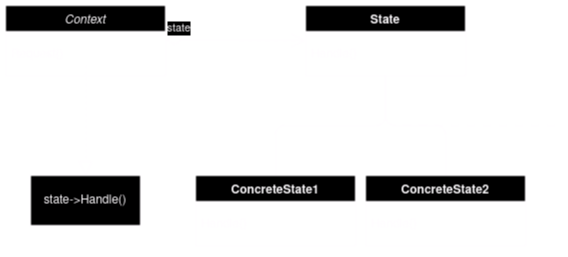
Earlier version of the draw.io export Python/Behavioral Patterns/images/state_pattern.drawio.png (ShivaAndAlba/DesignPatterns). Source tidied: cells renumbered, new cells last; positions are measured from the earlier drawing's top-left corner, leaving out a move shared by most shapes.
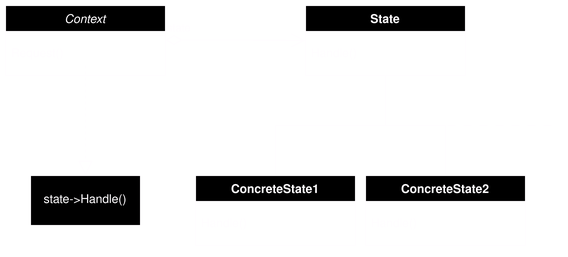
After the change.

Commit message:
UML image resolution cange

What changed in the source:
```diff
@@ -1,23 +1,23 @@
-<mxGraphModel>
+<mxGraphModel shadow="1">
   <root>
     <mxCell id="0" />
     <mxCell id="1" parent="0" />
-    <mxCell id="2" value="Context" style="swimlane;fontStyle=2;align=center;verticalAlign=top;horizontal=1;startSize=26;rounded=0;shadow=0;strokeWidth=1;" parent="1" vertex="1">
+    <mxCell id="2" value="Context" style="swimlane;fontStyle=2;align=center;verticalAlign=top;horizontal=1;startSize=26;rounded=0;shadow=0;strokeWidth=1;labelBackgroundColor=none;" parent="1" vertex="1">
       <mxGeometry width="160" height="70" as="geometry" />
     </mxCell>
-    <mxCell id="3" style="line;html=1;strokeWidth=1;align=left;verticalAlign=middle;spacingTop=-1;spacingLeft=3;spacingRight=3;labelPosition=right;" parent="2" vertex="1">
+    <mxCell id="3" style="line;html=1;strokeWidth=1;align=left;verticalAlign=middle;spacingTop=-1;spacingLeft=3;spacingRight=3;labelPosition=right;labelBackgroundColor=none;rounded=0;" parent="2" vertex="1">
       <mxGeometry y="26" width="160" height="8" as="geometry" />
     </mxCell>
-    <mxCell id="4" value="Request()" style="text;align=left;verticalAlign=top;spacingLeft=4;spacingRight=4;overflow=hidden;points=[[0,0.5],[1,0.5]];portConstraint=eastwest;" parent="2" vertex="1">
+    <mxCell id="4" value="Request()" style="text;align=left;verticalAlign=top;spacingLeft=4;spacingRight=4;overflow=hidden;points=[[0,0.5],[1,0.5]];portConstraint=eastwest;labelBackgroundColor=none;rounded=0;" parent="2" vertex="1">
       <mxGeometry y="34" width="160" height="26" as="geometry" />
     </mxCell>
-    <mxCell id="5" style="rounded=1;jettySize=auto;html=1;strokeColor=default;edgeStyle=orthogonalEdgeStyle;endArrow=none;endFill=0;" parent="1" edge="1" source="8" target="13">
+    <mxCell id="5" style="rounded=0;jettySize=auto;html=1;edgeStyle=orthogonalEdgeStyle;endArrow=none;endFill=0;labelBackgroundColor=none;fontColor=default;" parent="1" edge="1" source="8" target="13">
       <mxGeometry relative="1" as="geometry" />
     </mxCell>
-    <mxCell id="6" style="rounded=1;jettySize=auto;html=1;edgeStyle=orthogonalEdgeStyle;endArrow=none;endFill=0;" parent="1" edge="1" source="8" target="16">
+    <mxCell id="6" style="rounded=0;jettySize=auto;html=1;edgeStyle=orthogonalEdgeStyle;endArrow=none;endFill=0;labelBackgroundColor=none;fontColor=default;" parent="1" edge="1" source="8" target="16">
       <mxGeometry relative="1" as="geometry" />
     </mxCell>
-    <mxCell id="7" style="orthogonalLoop=1;jettySize=auto;html=1;rounded=1;edgeStyle=orthogonalEdgeStyle;endArrow=none;endFill=0;dashed=1;dashPattern=8 8;" parent="1" edge="1">
+    <mxCell id="7" style="orthogonalLoop=1;jettySize=auto;html=1;rounded=0;edgeStyle=orthogonalEdgeStyle;endArrow=none;endFill=0;dashed=1;dashPattern=8 8;labelBackgroundColor=none;fontColor=default;" parent="1" edge="1">
       <mxGeometry relative="1" as="geometry">
         <mxPoint x="380" y="70" as="sourcePoint" />
         <mxPoint x="550" y="120" as="targetPoint" />
@@ -27,16 +27,16 @@
         </Array>
       </mxGeometry>
     </mxCell>
-    <mxCell id="8" value="State" style="swimlane;fontStyle=1;align=center;verticalAlign=top;horizontal=1;startSize=26;rounded=0;shadow=0;strokeWidth=1;" parent="1" vertex="1">
+    <mxCell id="8" value="State" style="swimlane;fontStyle=1;align=center;verticalAlign=top;horizontal=1;startSize=26;rounded=0;shadow=0;strokeWidth=1;labelBackgroundColor=none;" parent="1" vertex="1">
       <mxGeometry x="300" width="160" height="70" as="geometry" />
     </mxCell>
-    <mxCell id="9" style="line;html=1;strokeWidth=1;align=left;verticalAlign=middle;spacingTop=-1;spacingLeft=3;spacingRight=3;labelPosition=right;" parent="8" vertex="1">
+    <mxCell id="9" style="line;html=1;strokeWidth=1;align=left;verticalAlign=middle;spacingTop=-1;spacingLeft=3;spacingRight=3;labelPosition=right;labelBackgroundColor=none;rounded=0;" parent="8" vertex="1">
       <mxGeometry y="26" width="160" height="8" as="geometry" />
     </mxCell>
-    <mxCell id="10" value="Handle()" style="text;align=left;verticalAlign=top;spacingLeft=4;spacingRight=4;overflow=hidden;" parent="8" vertex="1">
+    <mxCell id="10" value="Handle()" style="text;align=left;verticalAlign=top;spacingLeft=4;spacingRight=4;overflow=hidden;labelBackgroundColor=none;rounded=0;" parent="8" vertex="1">
       <mxGeometry y="34" width="160" height="26" as="geometry" />
     </mxCell>
-    <mxCell id="11" value="state" style="endArrow=open;html=1;endSize=12;startArrow=diamondThin;startSize=14;startFill=0;edgeStyle=orthogonalEdgeStyle;align=left;verticalAlign=bottom;rounded=0;" parent="1" edge="1">
+    <mxCell id="11" value="state" style="endArrow=open;html=1;endSize=12;startArrow=diamondThin;startSize=14;startFill=0;edgeStyle=orthogonalEdgeStyle;align=left;verticalAlign=bottom;rounded=0;labelBackgroundColor=none;fontColor=default;" parent="1" edge="1">
       <mxGeometry x="-1" y="3" relative="1" as="geometry">
         <mxPoint x="160" y="34.5" as="sourcePoint" />
         <mxPoint x="300" y="35" as="targetPoint" />
@@ -46,28 +46,28 @@
         </Array>
       </mxGeometry>
     </mxCell>
-    <mxCell id="12" style="endArrow=block;dashed=1;endFill=0;endSize=12;html=1;rounded=0;" parent="1" edge="1" source="4" target="19">
+    <mxCell id="12" style="endArrow=block;dashed=1;endFill=0;endSize=12;html=1;rounded=0;labelBackgroundColor=none;fontColor=default;" parent="1" edge="1" source="4" target="19">
       <mxGeometry relative="1" as="geometry" />
     </mxCell>
-    <mxCell id="13" value="ConcreteState1" style="swimlane;fontStyle=1;align=center;verticalAlign=top;horizontal=1;startSize=26;rounded=0;shadow=0;strokeWidth=1;" parent="1" vertex="1">
+    <mxCell id="13" value="ConcreteState1" style="swimlane;fontStyle=1;align=center;verticalAlign=top;horizontal=1;startSize=26;rounded=0;shadow=0;strokeWidth=1;labelBackgroundColor=none;" parent="1" vertex="1">
       <mxGeometry x="190" y="170" width="160" height="70" as="geometry" />
     </mxCell>
-    <mxCell id="14" style="line;html=1;strokeWidth=1;align=left;verticalAlign=middle;spacingTop=-1;spacingLeft=3;spacingRight=3;labelPosition=right;" parent="13" vertex="1">
+    <mxCell id="14" style="line;html=1;strokeWidth=1;align=left;verticalAlign=middle;spacingTop=-1;spacingLeft=3;spacingRight=3;labelPosition=right;labelBackgroundColor=none;rounded=0;" parent="13" vertex="1">
       <mxGeometry y="26" width="160" height="8" as="geometry" />
     </mxCell>
-    <mxCell id="15" value="Handle()" style="text;align=left;verticalAlign=top;spacingLeft=4;spacingRight=4;overflow=hidden;" parent="13" vertex="1">
+    <mxCell id="15" value="Handle()" style="text;align=left;verticalAlign=top;spacingLeft=4;spacingRight=4;overflow=hidden;labelBackgroundColor=none;rounded=0;" parent="13" vertex="1">
       <mxGeometry y="34" width="160" height="26" as="geometry" />
     </mxCell>
-    <mxCell id="16" value="ConcreteState2" style="swimlane;fontStyle=1;align=center;verticalAlign=top;horizontal=1;startSize=26;rounded=0;shadow=0;strokeWidth=1;" parent="1" vertex="1">
+    <mxCell id="16" value="ConcreteState2" style="swimlane;fontStyle=1;align=center;verticalAlign=top;horizontal=1;startSize=26;rounded=0;shadow=0;strokeWidth=1;labelBackgroundColor=none;" parent="1" vertex="1">
       <mxGeometry x="360" y="170" width="160" height="70" as="geometry" />
     </mxCell>
-    <mxCell id="17" style="line;html=1;strokeWidth=1;align=left;verticalAlign=middle;spacingTop=-1;spacingLeft=3;spacingRight=3;labelPosition=right;" parent="16" vertex="1">
+    <mxCell id="17" style="line;html=1;strokeWidth=1;align=left;verticalAlign=middle;spacingTop=-1;spacingLeft=3;spacingRight=3;labelPosition=right;labelBackgroundColor=none;rounded=0;" parent="16" vertex="1">
       <mxGeometry y="26" width="160" height="8" as="geometry" />
     </mxCell>
-    <mxCell id="18" value="Handle()" style="text;align=left;verticalAlign=top;spacingLeft=4;spacingRight=4;overflow=hidden;" parent="16" vertex="1">
+    <mxCell id="18" value="Handle()" style="text;align=left;verticalAlign=top;spacingLeft=4;spacingRight=4;overflow=hidden;labelBackgroundColor=none;rounded=0;" parent="16" vertex="1">
       <mxGeometry y="34" width="160" height="26" as="geometry" />
     </mxCell>
-    <mxCell id="19" value="state-&amp;gt;Handle()" style="html=1;whiteSpace=wrap;" parent="1" vertex="1">
+    <mxCell id="19" value="state-&amp;gt;Handle()" style="html=1;whiteSpace=wrap;labelBackgroundColor=none;rounded=0;" parent="1" vertex="1">
       <mxGeometry x="25" y="170" width="110" height="50" as="geometry" />
     </mxCell>
   </root>
```
